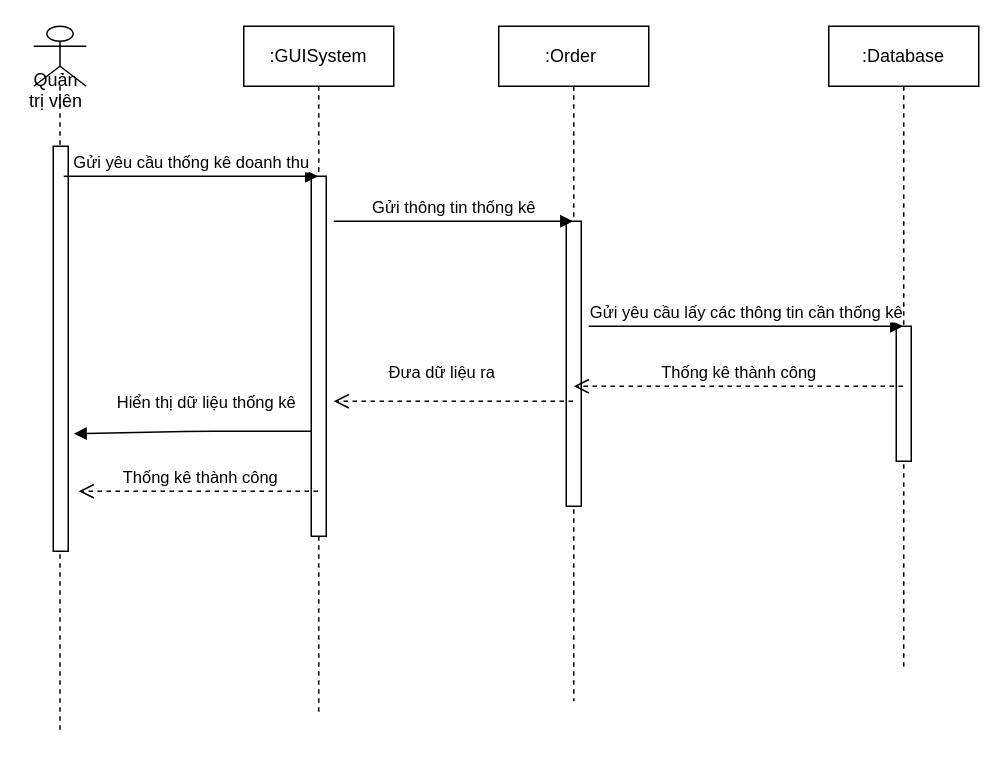
Before: Untitled Diagram.drawio in nguyentruongson1235/pttkhdt2020, a draw.io diagram. Source tidied: cells renumbered, new cells numbered last; positions are measured from the earlier drawing's top-left corner, leaving out a move shared by most shapes. Both pictures are drawn from the tidied source at 150%, with x=0, y=0 at pixel (26, 26).
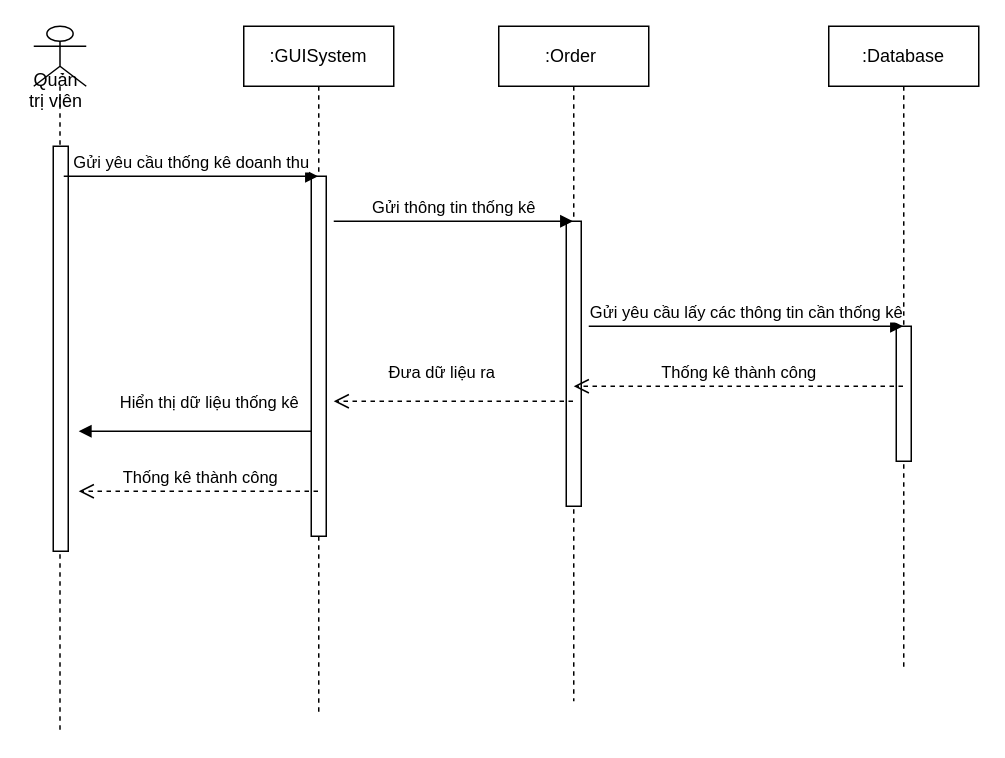
The same diagram, later.

Unchanged cells that the change refers to:
```xml
<mxCell id="5" style="html=1;points=[];perimeter=orthogonalPerimeter;" parent="3" vertex="1">
  <mxGeometry x="13" y="80" width="10" height="270" as="geometry" />
</mxCell>
<mxCell id="6" value=":GUISystem" style="shape=umlLifeline;perimeter=lifelinePerimeter;whiteSpace=wrap;html=1;outlineConnect=0;" parent="1" vertex="1">
  <mxGeometry x="145" width="100" height="460" as="geometry" />
</mxCell>
```

What changed in the source:
```diff
@@
-    <mxCell id="2" value="Hiển thị dữ liệu thống kê" style="html=1;verticalAlign=bottom;endArrow=block;entryX=1.38;entryY=0.71;entryDx=0;entryDy=0;entryPerimeter=0;" parent="1" edge="1" source="6" target="5">
+    <mxCell id="2" value="Hiển thị dữ liệu thống kê" style="html=1;verticalAlign=bottom;endArrow=block;" parent="1" edge="1" source="6">
       <mxGeometry x="-0.08" y="-10" relative="1" as="geometry">
+        <mxPoint x="35" y="270" as="targetPoint" />
         <Array as="points">
           <mxPoint x="115" y="270" />
         </Array>
       </mxGeometry>
     </mxCell>
```
